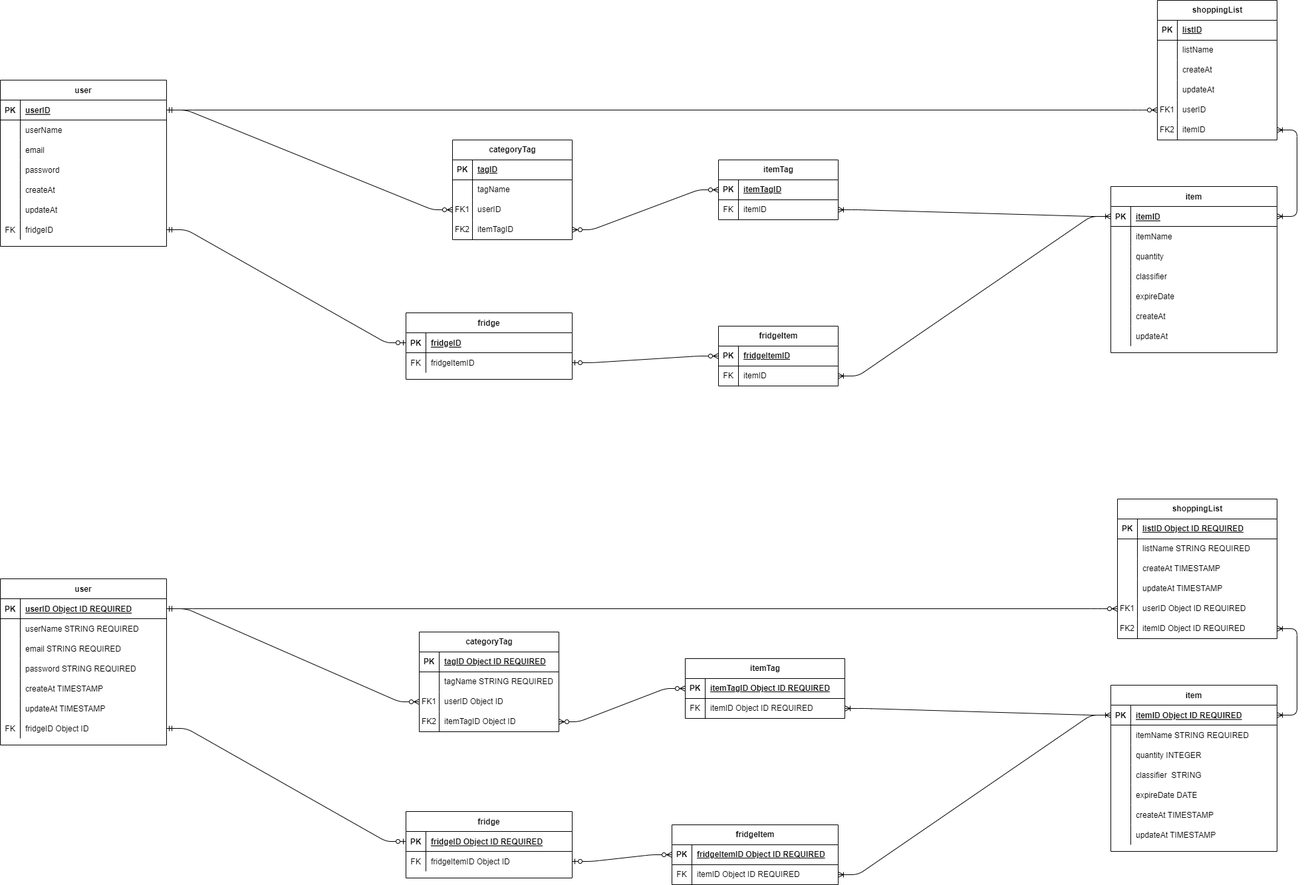
This is diagrams/database design.drawio.png from endofheat/go-fridge, a draw.io export, as it was before one commit. Source tidied: cells renumbered, new cells last; positions are measured from the earlier drawing's top-left corner, leaving out a move shared by most shapes.
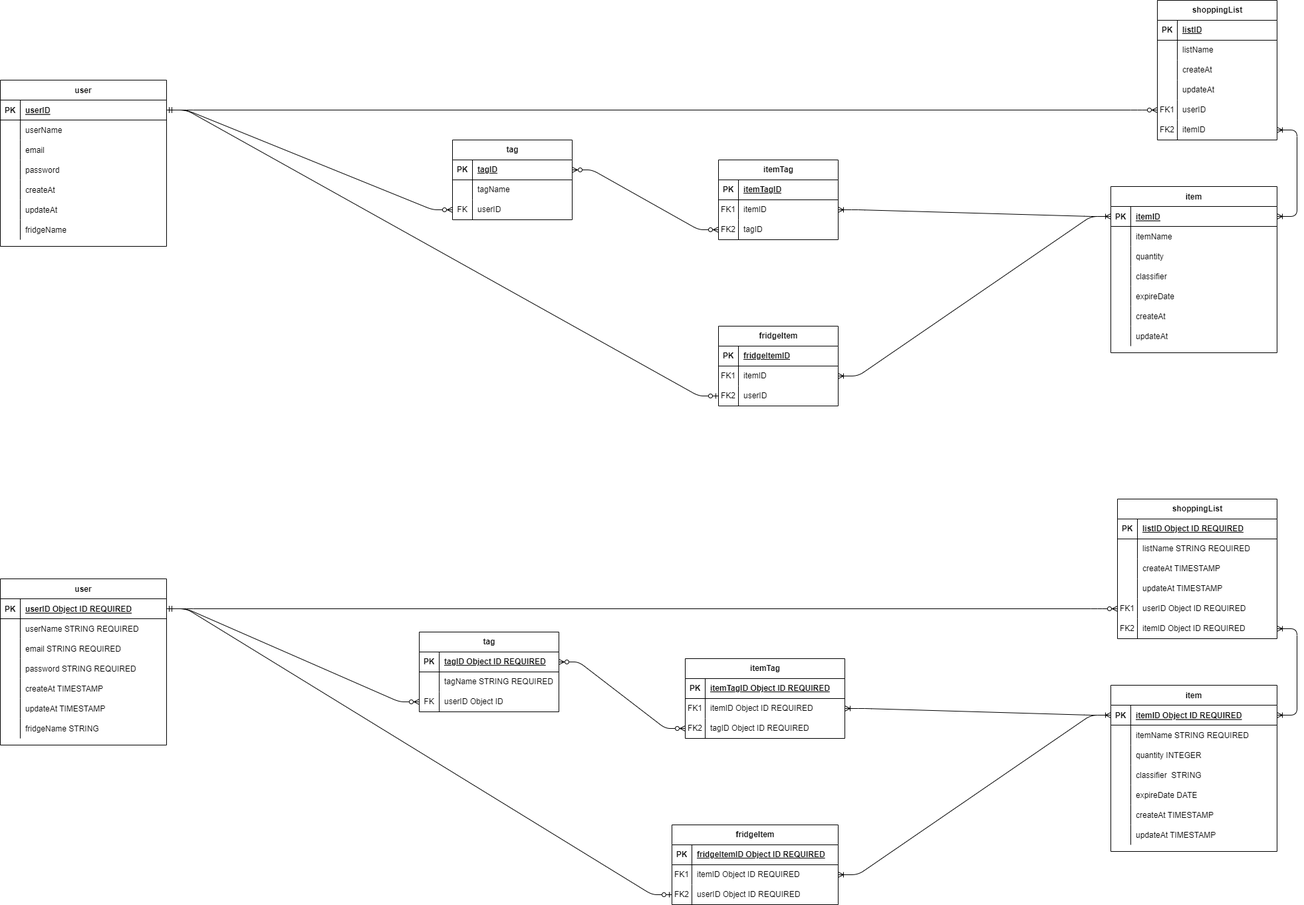
The same diagram one commit later.

Commit message:
Update database design based on feedback

Diff of the diagram source:
```diff
@@ -4,29 +4,5 @@
     <mxCell id="1" parent="0" />
-    <mxCell id="2" style="edgeStyle=entityRelationEdgeStyle;endArrow=ERzeroToOne;startArrow=ERmandOne;endFill=0;startFill=0;rounded=1;exitX=1;exitY=0.5;exitDx=0;exitDy=0;entryX=0;entryY=0.5;entryDx=0;entryDy=0;" parent="1" edge="1" source="52" target="5">
+    <mxCell id="2" style="edgeStyle=entityRelationEdgeStyle;endArrow=ERzeroToOne;startArrow=ERmandOne;endFill=0;startFill=0;rounded=1;exitX=1;exitY=0.5;exitDx=0;exitDy=0;entryX=0;entryY=0.5;entryDx=0;entryDy=0;" parent="1" edge="1" source="34" target="212">
       <mxGeometry relative="1" as="geometry" />
     </mxCell>
-    <mxCell id="3" style="edgeStyle=entityRelationEdgeStyle;endArrow=ERzeroToMany;startArrow=ERzeroToOne;endFill=0;startFill=0;" parent="1" edge="1" source="8" target="92">
-      <mxGeometry relative="1" as="geometry" />
-    </mxCell>
-    <mxCell id="4" value="fridge" style="shape=table;startSize=30;rowLines=0;fontStyle=1;align=center;" parent="1" vertex="1">
-      <mxGeometry x="610" y="1220" width="250" height="100" as="geometry" />
-    </mxCell>
-    <mxCell id="5" style="shape=partialRectangle;fillColor=none;points=[[0,0.5],[1,0.5]];portConstraint=eastwest;top=0;left=0;right=0;bottom=1;" parent="4" vertex="1">
-      <mxGeometry y="30" width="250" height="30" as="geometry" />
-    </mxCell>
-    <mxCell id="6" value="PK" style="shape=partialRectangle;overflow=hidden;fillColor=none;top=0;left=0;bottom=0;right=0;fontStyle=1;" parent="5" vertex="1">
-      <mxGeometry width="30" height="30" as="geometry" />
-    </mxCell>
-    <mxCell id="7" value="fridgeID Object ID REQUIRED" style="shape=partialRectangle;overflow=hidden;fillColor=none;top=0;left=0;bottom=0;right=0;align=left;spacingLeft=6;fontStyle=5;" parent="5" vertex="1">
-      <mxGeometry x="30" width="220" height="30" as="geometry" />
-    </mxCell>
-    <mxCell id="8" style="shape=partialRectangle;fillColor=none;points=[[0,0.5],[1,0.5]];portConstraint=eastwest;top=0;left=0;right=0;bottom=0;" parent="4" vertex="1">
-      <mxGeometry y="60" width="250" height="30" as="geometry" />
-    </mxCell>
-    <mxCell id="9" value="FK" style="shape=partialRectangle;overflow=hidden;fillColor=none;top=0;left=0;bottom=0;right=0;" parent="8" vertex="1">
-      <mxGeometry width="30" height="30" as="geometry" />
-    </mxCell>
-    <mxCell id="10" value="fridgeItemID Object ID" style="shape=partialRectangle;overflow=hidden;fillColor=none;top=0;left=0;bottom=0;right=0;align=left;spacingLeft=6;" parent="8" vertex="1">
-      <mxGeometry x="30" width="220" height="30" as="geometry" />
-    </mxCell>
     <mxCell id="11" value="item" style="shape=table;startSize=30;rowLines=0;fontStyle=1;align=center;" parent="1" vertex="1">
@@ -157,6 +133,6 @@
     </mxCell>
-    <mxCell id="53" value="FK" style="shape=partialRectangle;overflow=hidden;fillColor=none;top=0;left=0;bottom=0;right=0;" parent="52" vertex="1">
+    <mxCell id="53" style="shape=partialRectangle;overflow=hidden;fillColor=none;top=0;left=0;bottom=0;right=0;" parent="52" vertex="1">
       <mxGeometry width="30" height="30" as="geometry" />
     </mxCell>
-    <mxCell id="54" value="fridgeID Object ID" style="shape=partialRectangle;overflow=hidden;fillColor=none;top=0;left=0;bottom=0;right=0;align=left;spacingLeft=6;" parent="52" vertex="1">
+    <mxCell id="54" value="fridgeName STRING" style="shape=partialRectangle;overflow=hidden;fillColor=none;top=0;left=0;bottom=0;right=0;align=left;spacingLeft=6;" parent="52" vertex="1">
       <mxGeometry x="30" width="220" height="30" as="geometry" />
@@ -220,4 +196,4 @@
     </mxCell>
-    <mxCell id="74" value="categoryTag" style="shape=table;startSize=30;rowLines=0;fontStyle=1;align=center;html=1;" parent="1" vertex="1">
-      <mxGeometry x="630" y="950" width="210" height="150" as="geometry" />
+    <mxCell id="74" value="tag" style="shape=table;startSize=30;rowLines=0;fontStyle=1;align=center;html=1;" parent="1" vertex="1">
+      <mxGeometry x="630" y="950" width="210" height="120" as="geometry" />
     </mxCell>
@@ -244,3 +220,3 @@
     </mxCell>
-    <mxCell id="82" value="FK1" style="shape=partialRectangle;fillColor=none;top=0;left=0;bottom=0;right=0;overflow=hidden;whiteSpace=wrap;html=1;" parent="81" vertex="1">
+    <mxCell id="82" value="FK" style="shape=partialRectangle;fillColor=none;top=0;left=0;bottom=0;right=0;overflow=hidden;whiteSpace=wrap;html=1;" parent="81" vertex="1">
       <mxGeometry width="30" height="30" as="geometry" />
@@ -250,11 +226,2 @@
     </mxCell>
-    <mxCell id="84" style="shape=tableRow;horizontal=0;startSize=0;swimlaneHead=0;swimlaneBody=0;fillColor=none;points=[[0,0.5],[1,0.5]];portConstraint=eastwest;top=0;left=0;right=0;bottom=0;" parent="74" vertex="1">
-      <mxGeometry y="120" width="210" height="30" as="geometry" />
-    </mxCell>
-    <mxCell id="85" value="FK2" style="shape=partialRectangle;fillColor=none;top=0;left=0;bottom=0;right=0;overflow=hidden;whiteSpace=wrap;html=1;" parent="84" vertex="1">
-      <mxGeometry width="30" height="30" as="geometry" />
-    </mxCell>
-    <mxCell id="86" value="itemTagID&amp;nbsp;Object ID" style="shape=partialRectangle;fillColor=none;top=0;left=0;bottom=0;right=0;align=left;spacingLeft=6;overflow=hidden;whiteSpace=wrap;html=1;" parent="84" vertex="1">
-      <mxGeometry x="30" width="180" height="30" as="geometry" />
-    </mxCell>
     <mxCell id="87" style="endArrow=ERzeroToMany;html=1;rounded=1;entryX=0;entryY=0.5;entryDx=0;entryDy=0;exitX=1;exitY=0.5;exitDx=0;exitDy=0;edgeStyle=entityRelationEdgeStyle;startArrow=ERmandOne;startFill=0;endFill=0;" parent="1" edge="1" source="34" target="68">
@@ -265,3 +232,3 @@
     </mxCell>
-    <mxCell id="89" style="endArrow=ERzeroToMany;html=1;rounded=1;edgeStyle=entityRelationEdgeStyle;startArrow=ERzeroToMany;startFill=0;endFill=0;entryX=0;entryY=0.5;entryDx=0;entryDy=0;" parent="1" edge="1" source="84" target="99">
+    <mxCell id="89" style="endArrow=ERzeroToMany;html=1;rounded=1;edgeStyle=entityRelationEdgeStyle;startArrow=ERzeroToMany;startFill=0;endFill=0;entryX=0;entryY=0.5;entryDx=0;entryDy=0;exitX=1;exitY=0.5;exitDx=0;exitDy=0;" parent="1" edge="1" source="75" target="215">
       <mxGeometry relative="1" as="geometry" />
@@ -272,3 +239,3 @@
     <mxCell id="91" value="fridgeItem" style="shape=table;startSize=30;rowLines=0;fontStyle=1;align=center;html=1;" parent="1" vertex="1">
-      <mxGeometry x="1010" y="1240" width="250" height="90" as="geometry" />
+      <mxGeometry x="1010" y="1240" width="250" height="120" as="geometry" />
     </mxCell>
@@ -286,3 +253,3 @@
     </mxCell>
-    <mxCell id="96" value="FK" style="shape=partialRectangle;fillColor=none;top=0;left=0;bottom=0;right=0;overflow=hidden;whiteSpace=wrap;html=1;" parent="95" vertex="1">
+    <mxCell id="96" value="FK1" style="shape=partialRectangle;fillColor=none;top=0;left=0;bottom=0;right=0;overflow=hidden;whiteSpace=wrap;html=1;" parent="95" vertex="1">
       <mxGeometry width="30" height="30" as="geometry" />
@@ -292,4 +259,13 @@
     </mxCell>
+    <mxCell id="212" style="shape=tableRow;horizontal=0;startSize=0;swimlaneHead=0;swimlaneBody=0;fillColor=none;points=[[0,0.5],[1,0.5]];portConstraint=eastwest;top=0;left=0;right=0;bottom=0;" parent="91" vertex="1">
+      <mxGeometry y="90" width="250" height="30" as="geometry" />
+    </mxCell>
+    <mxCell id="213" value="FK2" style="shape=partialRectangle;fillColor=none;top=0;left=0;bottom=0;right=0;overflow=hidden;whiteSpace=wrap;html=1;" parent="212" vertex="1">
+      <mxGeometry width="30" height="30" as="geometry" />
+    </mxCell>
+    <mxCell id="214" value="userID&amp;nbsp;Object ID REQUIRED" style="shape=partialRectangle;fillColor=none;top=0;left=0;bottom=0;right=0;align=left;spacingLeft=6;overflow=hidden;whiteSpace=wrap;html=1;" parent="212" vertex="1">
+      <mxGeometry x="30" width="220" height="30" as="geometry" />
+    </mxCell>
     <mxCell id="98" value="itemTag" style="shape=table;startSize=30;rowLines=0;fontStyle=1;align=center;html=1;" parent="1" vertex="1">
-      <mxGeometry x="1030" y="990" width="240" height="90" as="geometry" />
+      <mxGeometry x="1030" y="990" width="240" height="120" as="geometry" />
     </mxCell>
@@ -307,3 +283,3 @@
     </mxCell>
-    <mxCell id="103" value="FK" style="shape=partialRectangle;fillColor=none;top=0;left=0;bottom=0;right=0;overflow=hidden;whiteSpace=wrap;html=1;" parent="102" vertex="1">
+    <mxCell id="103" value="FK1" style="shape=partialRectangle;fillColor=none;top=0;left=0;bottom=0;right=0;overflow=hidden;whiteSpace=wrap;html=1;" parent="102" vertex="1">
       <mxGeometry width="30" height="30" as="geometry" />
@@ -313,2 +289,11 @@
     </mxCell>
+    <mxCell id="215" style="shape=tableRow;horizontal=0;startSize=0;swimlaneHead=0;swimlaneBody=0;fillColor=none;points=[[0,0.5],[1,0.5]];portConstraint=eastwest;top=0;left=0;right=0;bottom=0;" parent="98" vertex="1">
+      <mxGeometry y="90" width="240" height="30" as="geometry" />
+    </mxCell>
+    <mxCell id="216" value="FK2" style="shape=partialRectangle;fillColor=none;top=0;left=0;bottom=0;right=0;overflow=hidden;whiteSpace=wrap;html=1;" parent="215" vertex="1">
+      <mxGeometry width="30" height="30" as="geometry" />
+    </mxCell>
+    <mxCell id="217" value="tagID Object ID REQUIRED" style="shape=partialRectangle;fillColor=none;top=0;left=0;bottom=0;right=0;align=left;spacingLeft=6;overflow=hidden;whiteSpace=wrap;html=1;" parent="215" vertex="1">
+      <mxGeometry x="30" width="210" height="30" as="geometry" />
+    </mxCell>
     <mxCell id="105" style="endArrow=ERoneToMany;html=1;rounded=1;exitX=1;exitY=0.5;exitDx=0;exitDy=0;entryX=0;entryY=0.5;entryDx=0;entryDy=0;edgeStyle=entityRelationEdgeStyle;startArrow=ERoneToMany;startFill=0;endFill=0;" parent="1" edge="1" source="102" target="12">
@@ -319,29 +304,5 @@
     </mxCell>
-    <mxCell id="107" style="edgeStyle=entityRelationEdgeStyle;endArrow=ERzeroToOne;startArrow=ERmandOne;endFill=0;startFill=0;rounded=1;exitX=1;exitY=0.5;exitDx=0;exitDy=0;entryX=0;entryY=0.5;entryDx=0;entryDy=0;" parent="1" edge="1" source="157" target="110">
+    <mxCell id="107" style="edgeStyle=entityRelationEdgeStyle;endArrow=ERzeroToOne;startArrow=ERmandOne;endFill=0;startFill=0;rounded=1;exitX=1;exitY=0.5;exitDx=0;exitDy=0;entryX=0;entryY=0.5;entryDx=0;entryDy=0;" parent="1" edge="1" source="139" target="218">
       <mxGeometry relative="1" as="geometry" />
     </mxCell>
-    <mxCell id="108" style="edgeStyle=entityRelationEdgeStyle;endArrow=ERzeroToMany;startArrow=ERzeroToOne;endFill=0;startFill=0;" parent="1" edge="1" source="113" target="197">
-      <mxGeometry relative="1" as="geometry" />
-    </mxCell>
-    <mxCell id="109" value="fridge" style="shape=table;startSize=30;rowLines=0;fontStyle=1;align=center;" parent="1" vertex="1">
-      <mxGeometry x="610" y="470" width="250" height="100" as="geometry" />
-    </mxCell>
-    <mxCell id="110" style="shape=partialRectangle;fillColor=none;points=[[0,0.5],[1,0.5]];portConstraint=eastwest;top=0;left=0;right=0;bottom=1;" parent="109" vertex="1">
-      <mxGeometry y="30" width="250" height="30" as="geometry" />
-    </mxCell>
-    <mxCell id="111" value="PK" style="shape=partialRectangle;overflow=hidden;fillColor=none;top=0;left=0;bottom=0;right=0;fontStyle=1;" parent="110" vertex="1">
-      <mxGeometry width="30" height="30" as="geometry" />
-    </mxCell>
-    <mxCell id="112" value="fridgeID" style="shape=partialRectangle;overflow=hidden;fillColor=none;top=0;left=0;bottom=0;right=0;align=left;spacingLeft=6;fontStyle=5;" parent="110" vertex="1">
-      <mxGeometry x="30" width="220" height="30" as="geometry" />
-    </mxCell>
-    <mxCell id="113" style="shape=partialRectangle;fillColor=none;points=[[0,0.5],[1,0.5]];portConstraint=eastwest;top=0;left=0;right=0;bottom=0;" parent="109" vertex="1">
-      <mxGeometry y="60" width="250" height="30" as="geometry" />
-    </mxCell>
-    <mxCell id="114" value="FK" style="shape=partialRectangle;overflow=hidden;fillColor=none;top=0;left=0;bottom=0;right=0;" parent="113" vertex="1">
-      <mxGeometry width="30" height="30" as="geometry" />
-    </mxCell>
-    <mxCell id="115" value="fridgeItemID" style="shape=partialRectangle;overflow=hidden;fillColor=none;top=0;left=0;bottom=0;right=0;align=left;spacingLeft=6;" parent="113" vertex="1">
-      <mxGeometry x="30" width="220" height="30" as="geometry" />
-    </mxCell>
     <mxCell id="116" value="item" style="shape=table;startSize=30;rowLines=0;fontStyle=1;align=center;" parent="1" vertex="1">
@@ -472,6 +433,6 @@
     </mxCell>
-    <mxCell id="158" value="FK" style="shape=partialRectangle;overflow=hidden;fillColor=none;top=0;left=0;bottom=0;right=0;" parent="157" vertex="1">
+    <mxCell id="158" style="shape=partialRectangle;overflow=hidden;fillColor=none;top=0;left=0;bottom=0;right=0;" parent="157" vertex="1">
       <mxGeometry width="30" height="30" as="geometry" />
     </mxCell>
-    <mxCell id="159" value="fridgeID" style="shape=partialRectangle;overflow=hidden;fillColor=none;top=0;left=0;bottom=0;right=0;align=left;spacingLeft=6;" parent="157" vertex="1">
+    <mxCell id="159" value="fridgeName" style="shape=partialRectangle;overflow=hidden;fillColor=none;top=0;left=0;bottom=0;right=0;align=left;spacingLeft=6;" parent="157" vertex="1">
       <mxGeometry x="30" width="220" height="30" as="geometry" />
@@ -535,4 +496,4 @@
     </mxCell>
-    <mxCell id="179" value="categoryTag" style="shape=table;startSize=30;rowLines=0;fontStyle=1;align=center;html=1;" parent="1" vertex="1">
-      <mxGeometry x="680" y="210" width="180" height="150" as="geometry" />
+    <mxCell id="179" value="tag" style="shape=table;startSize=30;rowLines=0;fontStyle=1;align=center;html=1;" parent="1" vertex="1">
+      <mxGeometry x="680" y="210" width="180" height="120" as="geometry" />
     </mxCell>
@@ -559,3 +520,3 @@
     </mxCell>
-    <mxCell id="187" value="FK1" style="shape=partialRectangle;fillColor=none;top=0;left=0;bottom=0;right=0;overflow=hidden;whiteSpace=wrap;html=1;" parent="186" vertex="1">
+    <mxCell id="187" value="FK" style="shape=partialRectangle;fillColor=none;top=0;left=0;bottom=0;right=0;overflow=hidden;whiteSpace=wrap;html=1;" parent="186" vertex="1">
       <mxGeometry width="30" height="30" as="geometry" />
@@ -565,11 +526,2 @@
     </mxCell>
-    <mxCell id="189" style="shape=tableRow;horizontal=0;startSize=0;swimlaneHead=0;swimlaneBody=0;fillColor=none;points=[[0,0.5],[1,0.5]];portConstraint=eastwest;top=0;left=0;right=0;bottom=0;" parent="179" vertex="1">
-      <mxGeometry y="120" width="180" height="30" as="geometry" />
-    </mxCell>
-    <mxCell id="190" value="FK2" style="shape=partialRectangle;fillColor=none;top=0;left=0;bottom=0;right=0;overflow=hidden;whiteSpace=wrap;html=1;" parent="189" vertex="1">
-      <mxGeometry width="30" height="30" as="geometry" />
-    </mxCell>
-    <mxCell id="191" value="itemTagID" style="shape=partialRectangle;fillColor=none;top=0;left=0;bottom=0;right=0;align=left;spacingLeft=6;overflow=hidden;whiteSpace=wrap;html=1;" parent="189" vertex="1">
-      <mxGeometry x="30" width="150" height="30" as="geometry" />
-    </mxCell>
     <mxCell id="192" style="endArrow=ERzeroToMany;html=1;rounded=1;entryX=0;entryY=0.5;entryDx=0;entryDy=0;exitX=1;exitY=0.5;exitDx=0;exitDy=0;edgeStyle=entityRelationEdgeStyle;startArrow=ERmandOne;startFill=0;endFill=0;" parent="1" edge="1" source="139" target="173">
@@ -580,3 +532,3 @@
     </mxCell>
-    <mxCell id="194" style="endArrow=ERzeroToMany;html=1;rounded=1;edgeStyle=entityRelationEdgeStyle;startArrow=ERzeroToMany;startFill=0;endFill=0;entryX=0;entryY=0.5;entryDx=0;entryDy=0;" parent="1" edge="1" source="189" target="204">
+    <mxCell id="194" style="endArrow=ERzeroToMany;html=1;rounded=1;edgeStyle=entityRelationEdgeStyle;startArrow=ERzeroToMany;startFill=0;endFill=0;entryX=0;entryY=0.5;entryDx=0;entryDy=0;exitX=1;exitY=0.5;exitDx=0;exitDy=0;" parent="1" edge="1" source="180" target="221">
       <mxGeometry relative="1" as="geometry" />
@@ -587,3 +539,3 @@
     <mxCell id="196" value="fridgeItem" style="shape=table;startSize=30;rowLines=0;fontStyle=1;align=center;html=1;" parent="1" vertex="1">
-      <mxGeometry x="1080" y="490" width="180" height="90" as="geometry" />
+      <mxGeometry x="1080" y="490" width="180" height="120" as="geometry" />
     </mxCell>
@@ -601,3 +553,3 @@
     </mxCell>
-    <mxCell id="201" value="FK" style="shape=partialRectangle;fillColor=none;top=0;left=0;bottom=0;right=0;overflow=hidden;whiteSpace=wrap;html=1;" parent="200" vertex="1">
+    <mxCell id="201" value="FK1" style="shape=partialRectangle;fillColor=none;top=0;left=0;bottom=0;right=0;overflow=hidden;whiteSpace=wrap;html=1;" parent="200" vertex="1">
       <mxGeometry width="30" height="30" as="geometry" />
@@ -607,4 +559,13 @@
     </mxCell>
+    <mxCell id="218" style="shape=tableRow;horizontal=0;startSize=0;swimlaneHead=0;swimlaneBody=0;fillColor=none;points=[[0,0.5],[1,0.5]];portConstraint=eastwest;top=0;left=0;right=0;bottom=0;" parent="196" vertex="1">
+      <mxGeometry y="90" width="180" height="30" as="geometry" />
+    </mxCell>
+    <mxCell id="219" value="FK2" style="shape=partialRectangle;fillColor=none;top=0;left=0;bottom=0;right=0;overflow=hidden;whiteSpace=wrap;html=1;" parent="218" vertex="1">
+      <mxGeometry width="30" height="30" as="geometry" />
+    </mxCell>
+    <mxCell id="220" value="userID" style="shape=partialRectangle;fillColor=none;top=0;left=0;bottom=0;right=0;align=left;spacingLeft=6;overflow=hidden;whiteSpace=wrap;html=1;" parent="218" vertex="1">
+      <mxGeometry x="30" width="150" height="30" as="geometry" />
+    </mxCell>
     <mxCell id="203" value="itemTag" style="shape=table;startSize=30;rowLines=0;fontStyle=1;align=center;html=1;" parent="1" vertex="1">
-      <mxGeometry x="1080" y="240" width="180" height="90" as="geometry" />
+      <mxGeometry x="1080" y="240" width="180" height="120" as="geometry" />
     </mxCell>
@@ -622,3 +583,3 @@
     </mxCell>
-    <mxCell id="208" value="FK" style="shape=partialRectangle;fillColor=none;top=0;left=0;bottom=0;right=0;overflow=hidden;whiteSpace=wrap;html=1;" parent="207" vertex="1">
+    <mxCell id="208" value="FK1" style="shape=partialRectangle;fillColor=none;top=0;left=0;bottom=0;right=0;overflow=hidden;whiteSpace=wrap;html=1;" parent="207" vertex="1">
       <mxGeometry width="30" height="30" as="geometry" />
@@ -628,2 +589,11 @@
     </mxCell>
+    <mxCell id="221" style="shape=tableRow;horizontal=0;startSize=0;swimlaneHead=0;swimlaneBody=0;fillColor=none;points=[[0,0.5],[1,0.5]];portConstraint=eastwest;top=0;left=0;right=0;bottom=0;" parent="203" vertex="1">
+      <mxGeometry y="90" width="180" height="30" as="geometry" />
+    </mxCell>
+    <mxCell id="222" value="FK2" style="shape=partialRectangle;fillColor=none;top=0;left=0;bottom=0;right=0;overflow=hidden;whiteSpace=wrap;html=1;" parent="221" vertex="1">
+      <mxGeometry width="30" height="30" as="geometry" />
+    </mxCell>
+    <mxCell id="223" value="tagID" style="shape=partialRectangle;fillColor=none;top=0;left=0;bottom=0;right=0;align=left;spacingLeft=6;overflow=hidden;whiteSpace=wrap;html=1;" parent="221" vertex="1">
+      <mxGeometry x="30" width="150" height="30" as="geometry" />
+    </mxCell>
     <mxCell id="210" style="endArrow=ERoneToMany;html=1;rounded=1;exitX=1;exitY=0.5;exitDx=0;exitDy=0;entryX=0;entryY=0.5;entryDx=0;entryDy=0;edgeStyle=entityRelationEdgeStyle;startArrow=ERoneToMany;startFill=0;endFill=0;" parent="1" edge="1" source="207" target="117">
```
